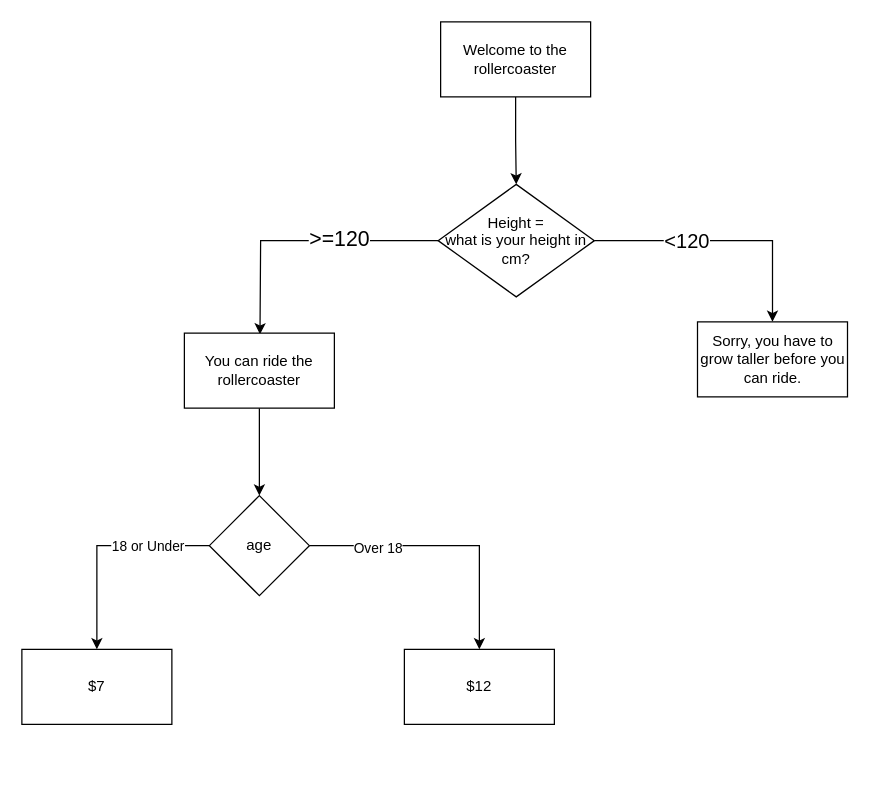
Above: Rollercoaster.drawio in sudobro-creator/100-Days (draw.io), before the change. Source tidied: cells renumbered, new cells numbered last; positions are measured from the earlier drawing's top-left corner, leaving out a move shared by most shapes. Both pictures are drawn from the tidied source at 125%, with x=0, y=0 at pixel (21, 21).
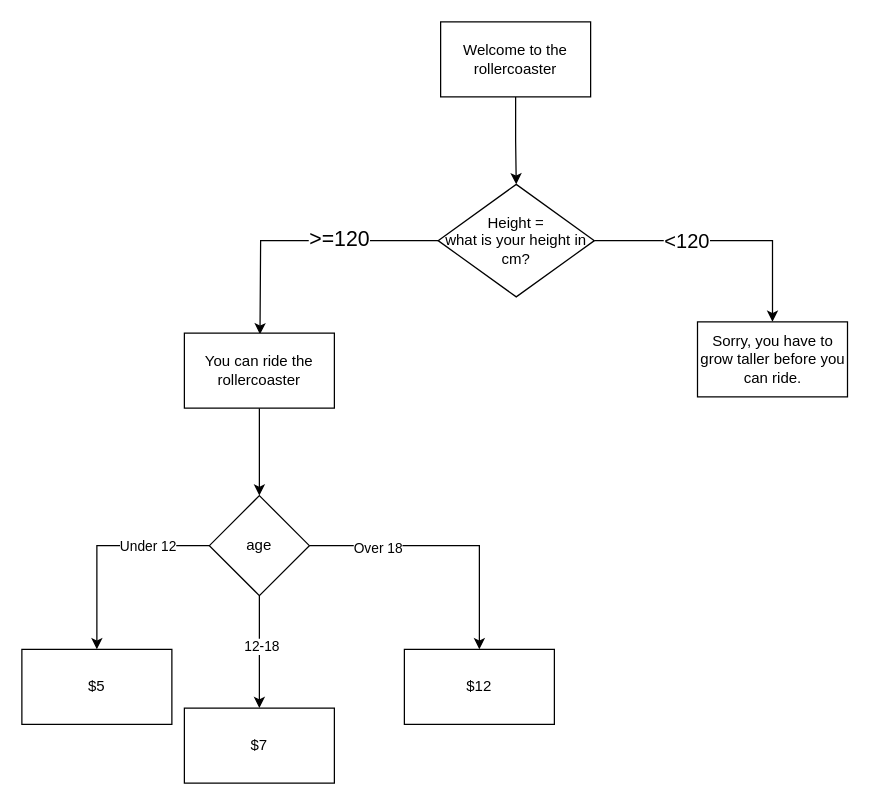
The same diagram, later.

The change refers to these unchanged cells:
```xml
<mxCell id="14" style="edgeStyle=orthogonalEdgeStyle;rounded=0;jettySize=auto;html=1;" parent="1" edge="1" source="16" target="18">
  <mxGeometry relative="1" as="geometry" />
</mxCell>
<mxCell id="16" value="age" style="rhombus;whiteSpace=wrap;html=1;rounded=0;" parent="1" vertex="1">
  <mxGeometry x="150" y="379" width="80" height="80" as="geometry" />
</mxCell>
```

The edit, as a diff of the source:
```diff
@@
-    <mxCell id="15" value="18 or Under" style="edgeLabel;html=1;align=center;verticalAlign=middle;" parent="14" vertex="1">
+    <mxCell id="15" value="Under 12" style="edgeLabel;html=1;align=center;verticalAlign=middle;" parent="14" vertex="1">
       <mxGeometry x="-0.42" relative="1" as="geometry" />
     </mxCell>
+    <mxCell id="19" style="edgeStyle=orthogonalEdgeStyle;rounded=0;jettySize=auto;html=1;" parent="1" edge="1" source="16" target="21">
+      <mxGeometry relative="1" as="geometry" />
+    </mxCell>
+    <mxCell id="20" value="12-18" style="edgeLabel;html=1;align=center;verticalAlign=middle;" parent="19" vertex="1">
+      <mxGeometry x="-0.12" y="1" relative="1" as="geometry" />
+    </mxCell>
@@
-    <mxCell id="18" value="$7" style="whiteSpace=wrap;html=1;rounded=0;" parent="1" vertex="1">
+    <mxCell id="18" value="$5" style="whiteSpace=wrap;html=1;rounded=0;" parent="1" vertex="1">
       <mxGeometry y="502" width="120" height="60" as="geometry" />
     </mxCell>
+    <mxCell id="21" value="$7" style="whiteSpace=wrap;html=1;rounded=0;" parent="1" vertex="1">
+      <mxGeometry x="130" y="549" width="120" height="60" as="geometry" />
+    </mxCell>
```
